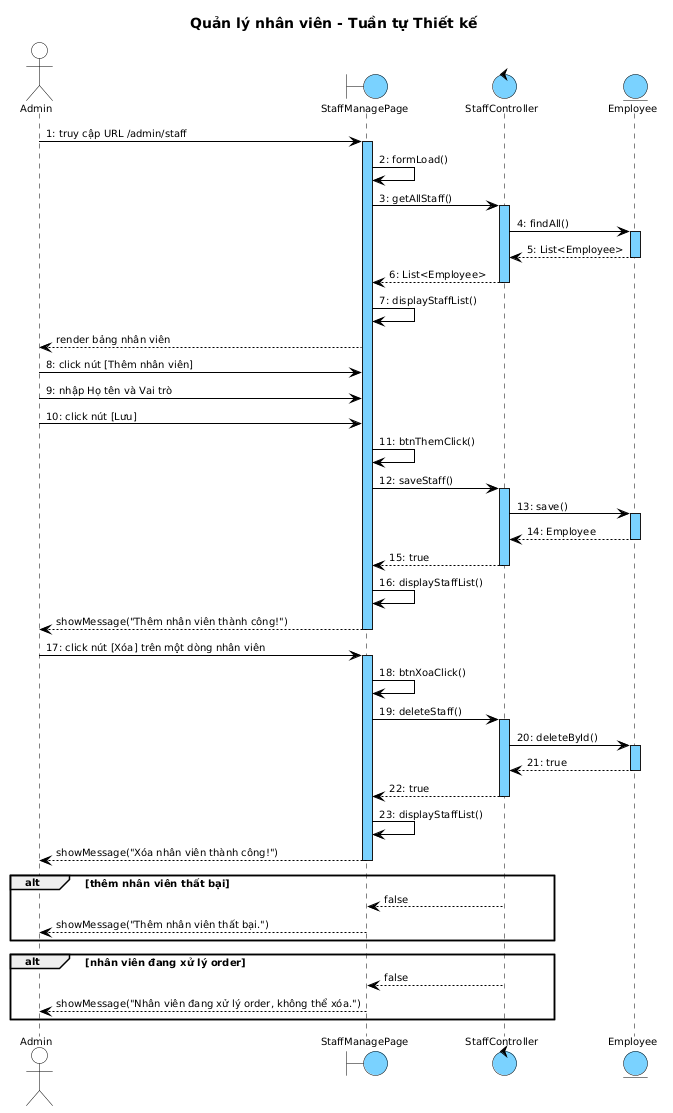
Earlier version of the PlantUML export docs/tabs/images/account/account_seq_staff_design.png (thanhtrnnn/cnpm). The source it was exported from:
```plantuml
@startuml
skinparam shadowing false
skinparam SequenceMessageAlign left
skinparam SequenceLifeLineBackgroundColor #7AD2FF
skinparam SequenceLifeLineBorderColor #000000

<style>
sequenceDiagram {
  Shadowing 0; RoundCorner 0; FontName "Arial"; FontSize 10; FontColor #000000
  participant { BackgroundColor #7AD2FF; LineColor #000000; LineThickness 1 }
  actor { BackgroundColor transparent; LineColor #000000 }
  boundary { BackgroundColor #7AD2FF; LineColor #000000 }
  control { BackgroundColor #7AD2FF; LineColor #000000 }
  entity { BackgroundColor #7AD2FF; LineColor #000000 }
  lifeline { LineColor #000000; LineStyle 5-5 }
  arrow { LineColor #000000; LineThickness 1; FontSize 10 }
}
</style>

title Quản lý nhân viên - Tuần tự Thiết kế

actor "Admin" as Admin
boundary StaffManagePage as B1
control StaffController as C1
entity Employee as E1

Admin -> B1 : 1: truy cập URL /admin/staff
activate B1
B1 -> B1 : 2: formLoad()
B1 -> C1 : 3: getAllStaff()
activate C1
C1 -> E1 : 4: findAll()
activate E1
E1 --> C1 : 5: List<Employee>
deactivate E1
C1 --> B1 : 6: List<Employee>
deactivate C1
B1 -> B1 : 7: displayStaffList()
B1 --> Admin : render bảng nhân viên

Admin -> B1 : 8: click nút [Thêm nhân viên]
Admin -> B1 : 9: nhập Họ tên và Vai trò
Admin -> B1 : 10: click nút [Lưu]
B1 -> B1 : 11: btnThemClick()
B1 -> C1 : 12: saveStaff()
activate C1
C1 -> E1 : 13: save()
activate E1
E1 --> C1 : 14: Employee
deactivate E1
C1 --> B1 : 15: true
deactivate C1
B1 -> B1 : 16: displayStaffList()
B1 --> Admin : showMessage("Thêm nhân viên thành công!")
deactivate B1

Admin -> B1 : 17: click nút [Xóa] trên một dòng nhân viên
activate B1
B1 -> B1 : 18: btnXoaClick()
B1 -> C1 : 19: deleteStaff()
activate C1
C1 -> E1 : 20: deleteById()
activate E1
E1 --> C1 : 21: true
deactivate E1
C1 --> B1 : 22: true
deactivate C1
B1 -> B1 : 23: displayStaffList()
B1 --> Admin : showMessage("Xóa nhân viên thành công!")
deactivate B1

alt thêm nhân viên thất bại
  C1 --> B1 : false
  B1 --> Admin : showMessage("Thêm nhân viên thất bại.")
end

alt nhân viên đang xử lý order
  C1 --> B1 : false
  B1 --> Admin : showMessage("Nhân viên đang xử lý order, không thể xóa.")
end
@enduml
```
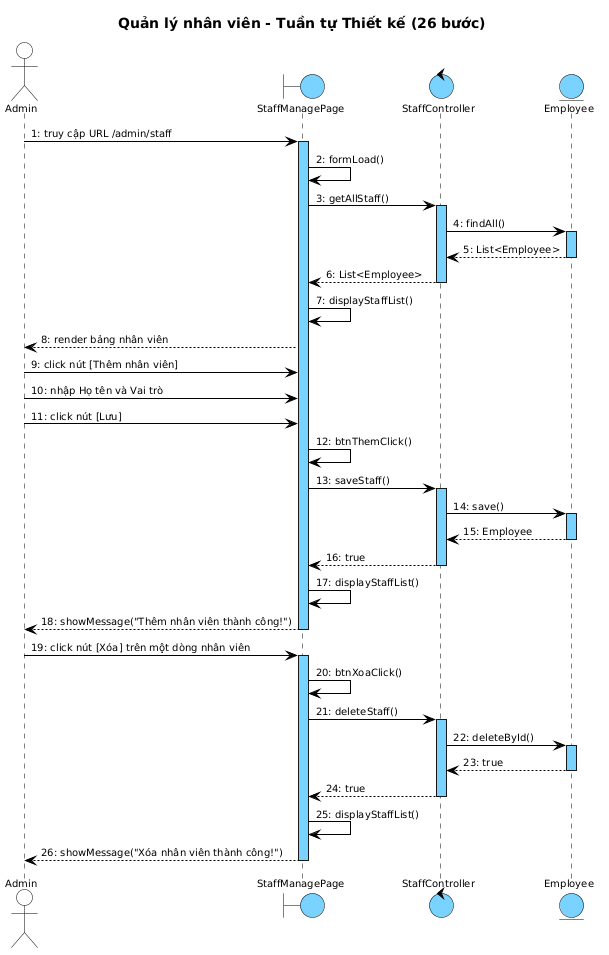
Above is the later version.

Change to the diagram source:
```diff
@@ -1,23 +1,54 @@
 @startuml
 skinparam shadowing false
 skinparam SequenceMessageAlign left
+
 skinparam SequenceLifeLineBackgroundColor #7AD2FF
 skinparam SequenceLifeLineBorderColor #000000
 
 <style>
 sequenceDiagram {
-  Shadowing 0; RoundCorner 0; FontName "Arial"; FontSize 10; FontColor #000000
-  participant { BackgroundColor #7AD2FF; LineColor #000000; LineThickness 1 }
-  actor { BackgroundColor transparent; LineColor #000000 }
-  boundary { BackgroundColor #7AD2FF; LineColor #000000 }
-  control { BackgroundColor #7AD2FF; LineColor #000000 }
-  entity { BackgroundColor #7AD2FF; LineColor #000000 }
-  lifeline { LineColor #000000; LineStyle 5-5 }
-  arrow { LineColor #000000; LineThickness 1; FontSize 10 }
+  Shadowing 0
+  RoundCorner 0
+  FontName "Arial"
+  FontSize 10
+  FontColor #000000
+
+  participant {
+    BackgroundColor #7AD2FF
+    LineColor #000000
+    LineThickness 1
+  }
+
+  actor {
+    BackgroundColor transparent
+    LineColor #000000
+  }
+  boundary {
+    BackgroundColor #7AD2FF
+    LineColor #000000
+  }
+  control {
+    BackgroundColor #7AD2FF
+    LineColor #000000
+  }
+  entity {
+    BackgroundColor #7AD2FF
+    LineColor #000000
+  }
+
+  lifeline {
+    LineColor #000000
+    LineStyle 5-5
+  }
+
+  arrow {
+    LineColor #000000
+    LineThickness 1
+    FontSize 10
+  }
 }
 </style>
-
-title Quản lý nhân viên - Tuần tự Thiết kế
+title Quản lý nhân viên - Tuần tự Thiết kế (26 bước)
 
 actor "Admin" as Admin
 boundary StaffManagePage as B1
@@ -36,46 +67,36 @@
 C1 --> B1 : 6: List<Employee>
 deactivate C1
 B1 -> B1 : 7: displayStaffList()
-B1 --> Admin : render bảng nhân viên
+B1 --> Admin : 8: render bảng nhân viên
 
-Admin -> B1 : 8: click nút [Thêm nhân viên]
-Admin -> B1 : 9: nhập Họ tên và Vai trò
-Admin -> B1 : 10: click nút [Lưu]
-B1 -> B1 : 11: btnThemClick()
-B1 -> C1 : 12: saveStaff()
+Admin -> B1 : 9: click nút [Thêm nhân viên]
+Admin -> B1 : 10: nhập Họ tên và Vai trò
+Admin -> B1 : 11: click nút [Lưu]
+B1 -> B1 : 12: btnThemClick()
+B1 -> C1 : 13: saveStaff()
 activate C1
-C1 -> E1 : 13: save()
+C1 -> E1 : 14: save()
 activate E1
-E1 --> C1 : 14: Employee
+E1 --> C1 : 15: Employee
 deactivate E1
-C1 --> B1 : 15: true
+C1 --> B1 : 16: true
 deactivate C1
-B1 -> B1 : 16: displayStaffList()
-B1 --> Admin : showMessage("Thêm nhân viên thành công!")
+B1 -> B1 : 17: displayStaffList()
+B1 --> Admin : 18: showMessage("Thêm nhân viên thành công!")
 deactivate B1
 
-Admin -> B1 : 17: click nút [Xóa] trên một dòng nhân viên
+Admin -> B1 : 19: click nút [Xóa] trên một dòng nhân viên
 activate B1
-B1 -> B1 : 18: btnXoaClick()
-B1 -> C1 : 19: deleteStaff()
+B1 -> B1 : 20: btnXoaClick()
+B1 -> C1 : 21: deleteStaff()
 activate C1
-C1 -> E1 : 20: deleteById()
+C1 -> E1 : 22: deleteById()
 activate E1
-E1 --> C1 : 21: true
+E1 --> C1 : 23: true
 deactivate E1
-C1 --> B1 : 22: true
+C1 --> B1 : 24: true
 deactivate C1
-B1 -> B1 : 23: displayStaffList()
-B1 --> Admin : showMessage("Xóa nhân viên thành công!")
+B1 -> B1 : 25: displayStaffList()
+B1 --> Admin : 26: showMessage("Xóa nhân viên thành công!")
 deactivate B1
-
-alt thêm nhân viên thất bại
-  C1 --> B1 : false
-  B1 --> Admin : showMessage("Thêm nhân viên thất bại.")
-end
-
-alt nhân viên đang xử lý order
-  C1 --> B1 : false
-  B1 --> Admin : showMessage("Nhân viên đang xử lý order, không thể xóa.")
-end
 @enduml
```
